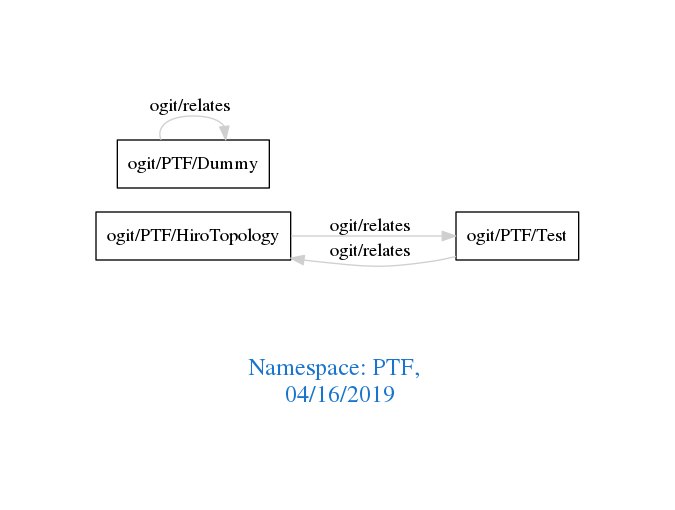
Before: downloads/PTF.png, a diagram exported from Graphviz (arago/OGIT). Its source is kept beside it as downloads/PTF.dot.
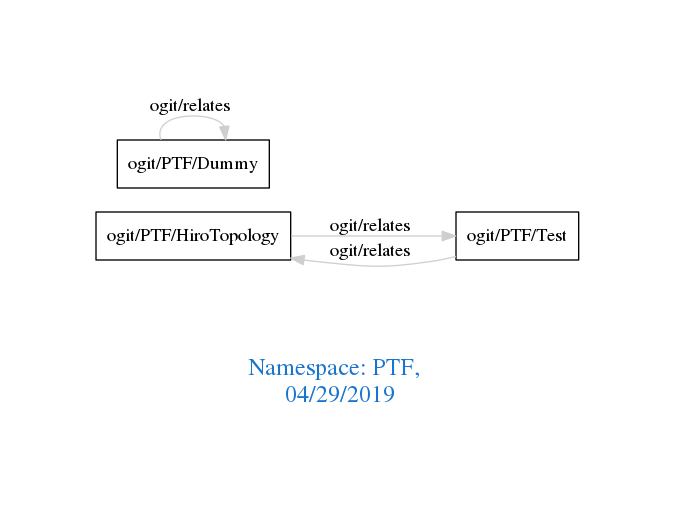
The same diagram one commit later.

Change to the diagram source:
```diff
@@ -1,7 +1,7 @@
 digraph OGIT_ontology {
  graph [ rankdir= LR,pad=1
 fontsize = 18,
-fontcolor= dodgerblue3,label = "\n\n\nNamespace: PTF, \n 04/16/2019"];
+fontcolor= dodgerblue3,label = "\n\n\nNamespace: PTF, \n 04/29/2019"];
 node[shape=polygon];
 edge [  color="gray81"];
 
```
